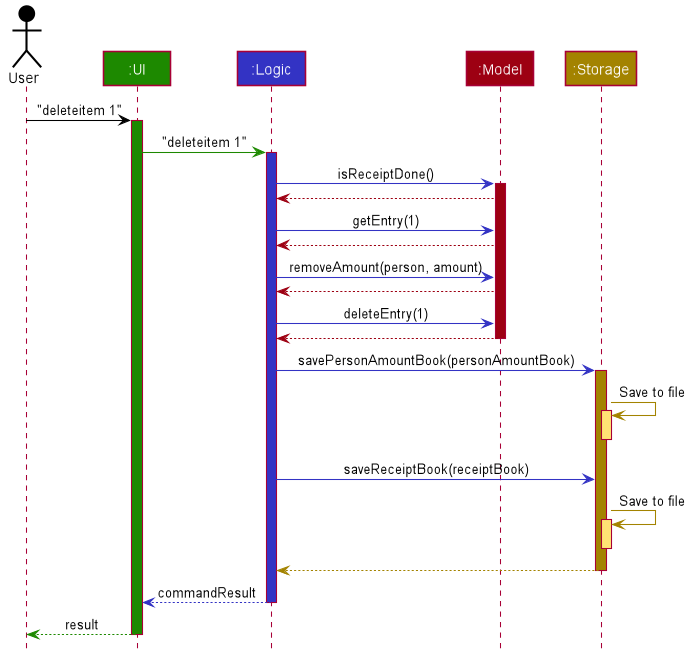
Above: images/ArchitectureSequenceDiagram.png in AY1920S2-CS2103T-W13-1/main (PlantUML), before the change.
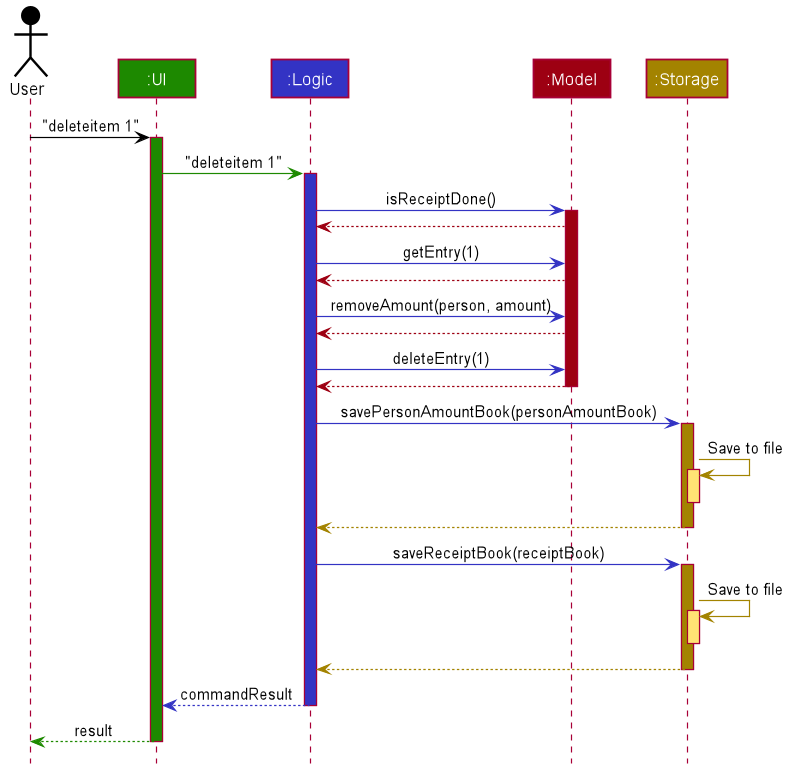
After the commit.

The edit, as a diff of the source:
```diff
@@ -79,7 +79,11 @@
 activate splitterStorage #FFE374
 deactivate splitterStorage
 
+splitterStorage --[#A38300]> logic
+deactivate splitterStorage
+
 logic -[#3333C4]> splitterStorage : saveReceiptBook(receiptBook)
+activate splitterStorage #A38300
 
 splitterStorage -[#A38300]> splitterStorage : Save to file
 activate splitterStorage #FFE374
```
